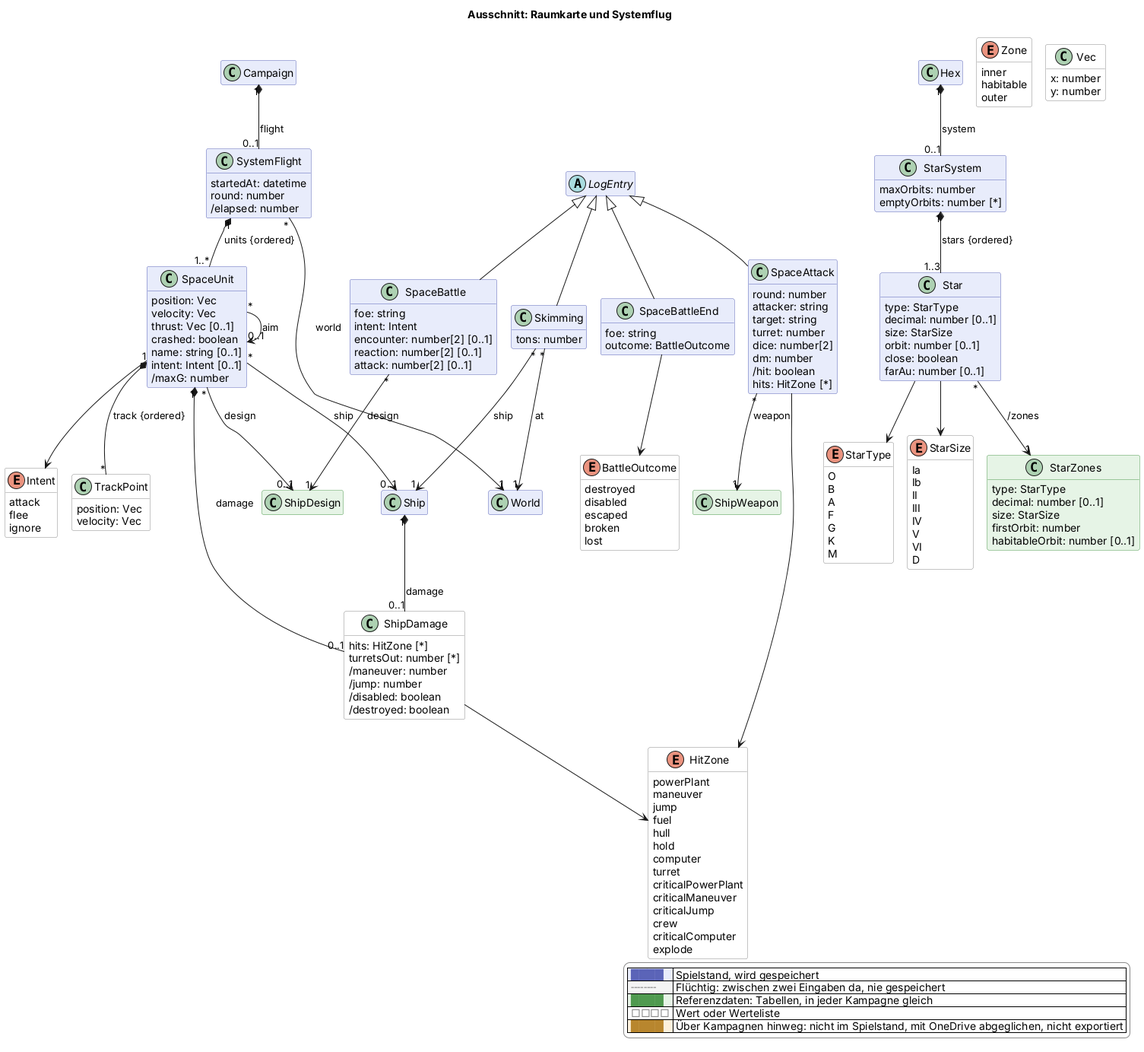
The PlantUML diagram docs/views/raum.png in scuzzar/SRE, before a commit.
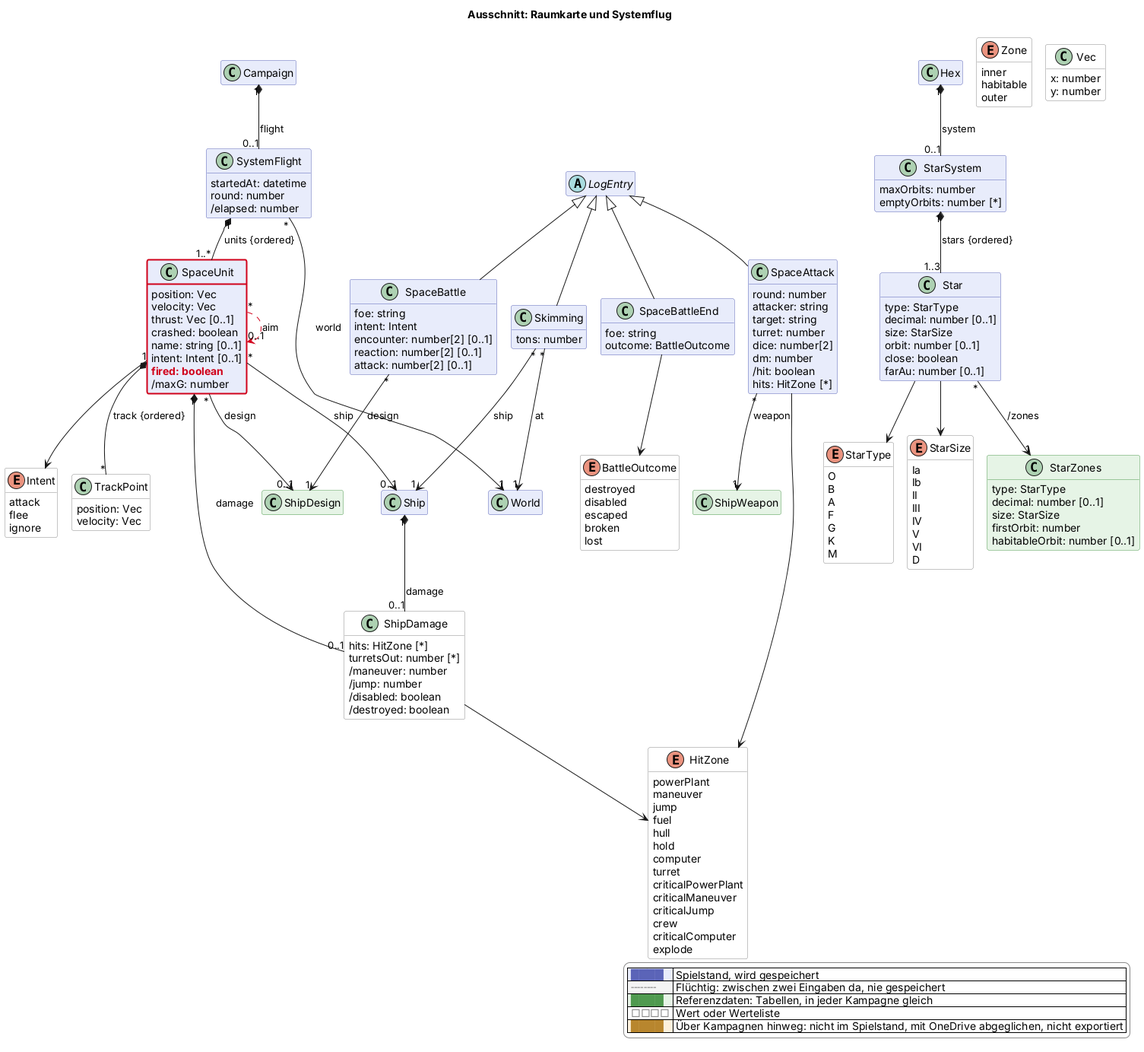
The same file after the commit.

Diff of the diagram source:
```diff
@@ -190,6 +190,7 @@
     crashed: boolean
     name: string [0..1]
     intent: Intent [0..1]
+    $new("2026-11-21e", "fired: boolean")
     /maxG: number
   }
   class TrackPoint <<value>> $raum {
@@ -219,7 +220,7 @@
 SpaceUnit "*" --> "0..1" Ship : ship
 SpaceUnit "*" --> "0..1" ShipDesign : design
 SpaceUnit "1" *-- "0..1" ShipDamage : damage
-SpaceUnit "*" --> "0..1" SpaceUnit : aim
+SpaceUnit "*" -$goneArrow("2026-11-21e")-> "0..1" SpaceUnit : aim
 Ship "1" *-- "0..1" ShipDamage : damage
 ShipDamage --> HitZone
 SpaceUnit --> Intent
@@ -259,4 +260,5 @@
   |<#ffffff> <color:#8a8a8a>□□□□</color> | Wert oder Werteliste |
   |<#fdf1dc> <color:#b8862e>████</color> | Über Kampagnen hinweg: nicht im Spielstand, mit OneDrive abgeglichen, nicht exportiert |
 endlegend
+class SpaceUnit #line:d0021b;line.bold
 @enduml
```
